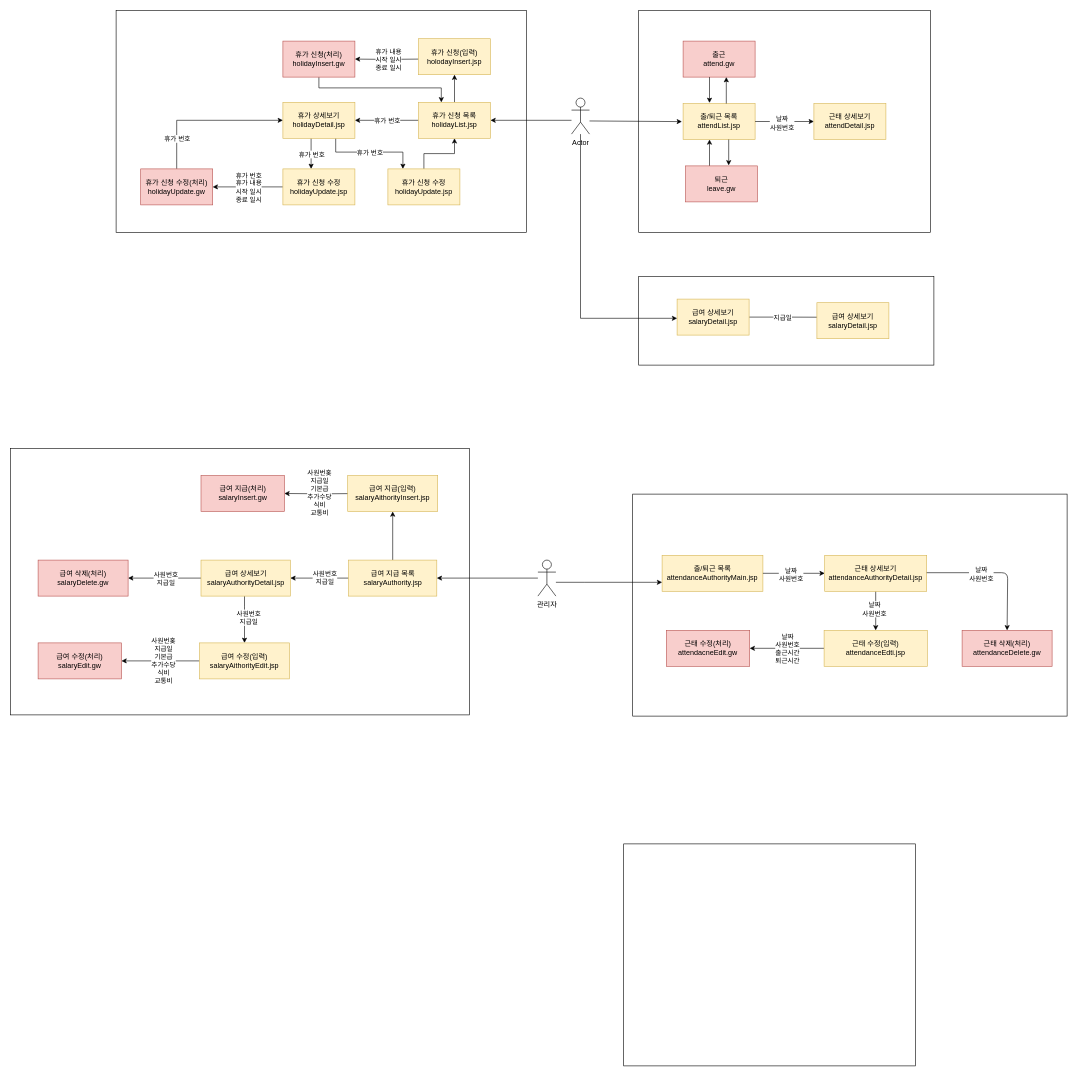
The draw.io diagram semi.drawio in 5hasis/KhAcademy, before the edit. Source tidied: cells renumbered, new cells numbered last; positions are measured from the earlier drawing's top-left corner, leaving out a move shared by most shapes. Both pictures are drawn from the tidied source at 60%, with x=0, y=0 at pixel (10, 10).
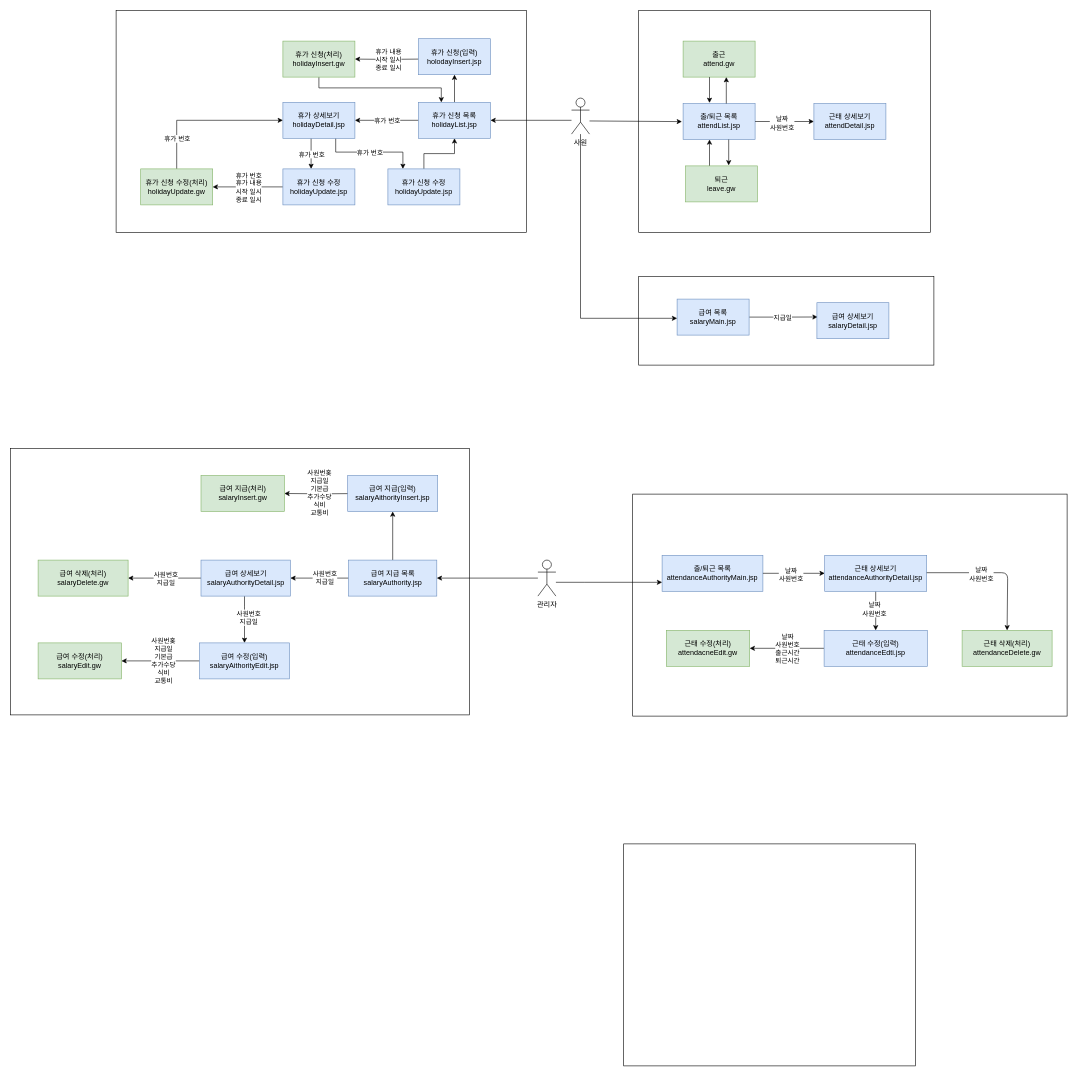
After the change.

Diff of the diagram source:
```diff
@@
-    <mxCell id="3" value="Actor" style="shape=umlActor;verticalLabelPosition=bottom;verticalAlign=top;html=1;outlineConnect=0;" parent="1" vertex="1">
+    <mxCell id="3" value="사원" style="shape=umlActor;verticalLabelPosition=bottom;verticalAlign=top;html=1;outlineConnect=0;" parent="1" vertex="1">
       <mxGeometry x="935" y="146" width="30" height="60" as="geometry" />
     </mxCell>
@@
-    <mxCell id="5" value="출/퇴근 목록&lt;br&gt;attendList.jsp" style="rounded=0;whiteSpace=wrap;html=1;fillColor=#fff2cc;strokeColor=#d6b656;" parent="1" vertex="1">
+    <mxCell id="5" value="출/퇴근 목록&lt;br&gt;attendList.jsp" style="rounded=0;whiteSpace=wrap;html=1;fillColor=#dae8fc;strokeColor=#6c8ebf;" parent="1" vertex="1">
       <mxGeometry x="1121" y="155" width="120" height="60" as="geometry" />
     </mxCell>
@@
-    <mxCell id="7" value="출근&lt;br&gt;attend.gw" style="rounded=0;whiteSpace=wrap;html=1;fillColor=#f8cecc;strokeColor=#b85450;" parent="1" vertex="1">
+    <mxCell id="7" value="출근&lt;br&gt;attend.gw" style="rounded=0;whiteSpace=wrap;html=1;fillColor=#d5e8d4;strokeColor=#82b366;" parent="1" vertex="1">
       <mxGeometry x="1121" y="51" width="120" height="60" as="geometry" />
     </mxCell>
@@
-    <mxCell id="12" value="퇴근&lt;br&gt;leave.gw" style="rounded=0;whiteSpace=wrap;html=1;fillColor=#f8cecc;strokeColor=#b85450;" parent="1" vertex="1">
+    <mxCell id="12" value="퇴근&lt;br&gt;leave.gw" style="rounded=0;whiteSpace=wrap;html=1;fillColor=#d5e8d4;strokeColor=#82b366;" parent="1" vertex="1">
       <mxGeometry x="1125" y="259" width="120" height="60" as="geometry" />
     </mxCell>
@@
-    <mxCell id="15" value="근태 상세보기&lt;br&gt;attendDetail.jsp" style="rounded=0;whiteSpace=wrap;html=1;fillColor=#fff2cc;strokeColor=#d6b656;" parent="1" vertex="1">
+    <mxCell id="15" value="근태 상세보기&lt;br&gt;attendDetail.jsp" style="rounded=0;whiteSpace=wrap;html=1;fillColor=#dae8fc;strokeColor=#6c8ebf;" parent="1" vertex="1">
       <mxGeometry x="1339" y="155" width="120" height="60" as="geometry" />
     </mxCell>
@@
-    <mxCell id="20" value="휴가 신청 목록&lt;br&gt;holidayList.jsp" style="rounded=0;whiteSpace=wrap;html=1;fillColor=#fff2cc;strokeColor=#d6b656;" parent="1" vertex="1">
+    <mxCell id="20" value="휴가 신청 목록&lt;br&gt;holidayList.jsp" style="rounded=0;whiteSpace=wrap;html=1;fillColor=#dae8fc;strokeColor=#6c8ebf;" parent="1" vertex="1">
       <mxGeometry x="680" y="153" width="120" height="60" as="geometry" />
     </mxCell>
@@
-    <mxCell id="24" value="휴가 신청(입력)&lt;br&gt;holodayInsert.jsp" style="rounded=0;whiteSpace=wrap;html=1;fillColor=#fff2cc;strokeColor=#d6b656;" parent="1" vertex="1">
+    <mxCell id="24" value="휴가 신청(입력)&lt;br&gt;holodayInsert.jsp" style="rounded=0;whiteSpace=wrap;html=1;fillColor=#dae8fc;strokeColor=#6c8ebf;" parent="1" vertex="1">
       <mxGeometry x="680" y="47" width="120" height="60" as="geometry" />
     </mxCell>
@@
-    <mxCell id="29" value="휴가 상세보기&lt;br&gt;holidayDetail.jsp" style="rounded=0;whiteSpace=wrap;html=1;fillColor=#fff2cc;strokeColor=#d6b656;" parent="1" vertex="1">
+    <mxCell id="29" value="휴가 상세보기&lt;br&gt;holidayDetail.jsp" style="rounded=0;whiteSpace=wrap;html=1;fillColor=#dae8fc;strokeColor=#6c8ebf;" parent="1" vertex="1">
       <mxGeometry x="454" y="153" width="120" height="60" as="geometry" />
     </mxCell>
@@
-    <mxCell id="32" value="휴가 신청 수정&lt;br&gt;holidayUpdate.jsp" style="rounded=0;whiteSpace=wrap;html=1;fillColor=#fff2cc;strokeColor=#d6b656;" parent="1" vertex="1">
+    <mxCell id="32" value="휴가 신청 수정&lt;br&gt;holidayUpdate.jsp" style="rounded=0;whiteSpace=wrap;html=1;fillColor=#dae8fc;strokeColor=#6c8ebf;" parent="1" vertex="1">
       <mxGeometry x="454" y="264" width="120" height="60" as="geometry" />
     </mxCell>
@@
-    <mxCell id="34" value="휴가 신청(처리)&lt;br&gt;holidayInsert.gw" style="rounded=0;whiteSpace=wrap;html=1;fillColor=#f8cecc;strokeColor=#b85450;" parent="1" vertex="1">
+    <mxCell id="34" value="휴가 신청(처리)&lt;br&gt;holidayInsert.gw" style="rounded=0;whiteSpace=wrap;html=1;fillColor=#d5e8d4;strokeColor=#82b366;" parent="1" vertex="1">
       <mxGeometry x="454" y="51" width="120" height="60" as="geometry" />
     </mxCell>
@@
-    <mxCell id="36" value="휴가 신청 수정&lt;br&gt;holidayUpdate.jsp" style="rounded=0;whiteSpace=wrap;html=1;fillColor=#fff2cc;strokeColor=#d6b656;" parent="1" vertex="1">
+    <mxCell id="36" value="휴가 신청 수정&lt;br&gt;holidayUpdate.jsp" style="rounded=0;whiteSpace=wrap;html=1;fillColor=#dae8fc;strokeColor=#6c8ebf;" parent="1" vertex="1">
       <mxGeometry x="629" y="264" width="120" height="60" as="geometry" />
     </mxCell>
@@
-    <mxCell id="39" value="휴가 신청 수정(처리)&lt;br&gt;holidayUpdate.gw" style="rounded=0;whiteSpace=wrap;html=1;fillColor=#f8cecc;strokeColor=#b85450;" parent="1" vertex="1">
+    <mxCell id="39" value="휴가 신청 수정(처리)&lt;br&gt;holidayUpdate.gw" style="rounded=0;whiteSpace=wrap;html=1;fillColor=#d5e8d4;strokeColor=#82b366;" parent="1" vertex="1">
       <mxGeometry x="217" y="264" width="120" height="60" as="geometry" />
     </mxCell>
@@
-    <mxCell id="41" style="edgeStyle=orthogonalEdgeStyle;rounded=0;jettySize=auto;html=1;exitX=1;exitY=0.5;exitDx=0;exitDy=0;entryX=0.314;entryY=0.405;entryDx=0;entryDy=0;entryPerimeter=0;" parent="1" edge="1" source="42" target="46">
+    <mxCell id="41" style="edgeStyle=orthogonalEdgeStyle;rounded=0;jettySize=auto;html=1;exitX=1;exitY=0.5;exitDx=0;exitDy=0;entryX=0.01;entryY=0.397;entryDx=0;entryDy=0;entryPerimeter=0;" parent="1" edge="1" source="42" target="46">
       <mxGeometry relative="1" as="geometry" />
     </mxCell>
-    <mxCell id="42" value="급여 상세보기&lt;br&gt;salaryDetail.jsp" style="rounded=0;whiteSpace=wrap;html=1;fillColor=#fff2cc;strokeColor=#d6b656;" parent="1" vertex="1">
+    <mxCell id="42" value="급여 목록&lt;br&gt;salaryMain.jsp" style="rounded=0;whiteSpace=wrap;html=1;fillColor=#dae8fc;strokeColor=#6c8ebf;" parent="1" vertex="1">
       <mxGeometry x="1111" y="481" width="120" height="60" as="geometry" />
     </mxCell>
@@
-    <mxCell id="46" value="급여 상세보기&lt;br&gt;salaryDetail.jsp" style="rounded=0;whiteSpace=wrap;html=1;fillColor=#fff2cc;strokeColor=#d6b656;" parent="1" vertex="1">
+    <mxCell id="46" value="급여 상세보기&lt;br&gt;salaryDetail.jsp" style="rounded=0;whiteSpace=wrap;html=1;fillColor=#dae8fc;strokeColor=#6c8ebf;" parent="1" vertex="1">
       <mxGeometry x="1344" y="487" width="120" height="60" as="geometry" />
     </mxCell>
@@
-    <mxCell id="49" value="출/퇴근 목록&lt;br&gt;attendanceAuthorityMain.jsp" style="rounded=0;whiteSpace=wrap;html=1;fillColor=#fff2cc;strokeColor=#d6b656;" parent="1" vertex="1">
+    <mxCell id="49" value="출/퇴근 목록&lt;br&gt;attendanceAuthorityMain.jsp" style="rounded=0;whiteSpace=wrap;html=1;fillColor=#dae8fc;strokeColor=#6c8ebf;" parent="1" vertex="1">
       <mxGeometry x="1086" y="908" width="168" height="60" as="geometry" />
     </mxCell>
@@
-    <mxCell id="53" value="근태 상세보기&lt;br&gt;attendanceAuthorityDetail.jsp" style="rounded=0;whiteSpace=wrap;html=1;fillColor=#fff2cc;strokeColor=#d6b656;" parent="1" vertex="1">
+    <mxCell id="53" value="근태 상세보기&lt;br&gt;attendanceAuthorityDetail.jsp" style="rounded=0;whiteSpace=wrap;html=1;fillColor=#dae8fc;strokeColor=#6c8ebf;" parent="1" vertex="1">
       <mxGeometry x="1357" y="908" width="170" height="60" as="geometry" />
     </mxCell>
@@
-    <mxCell id="56" value="근태 수정(입력)&lt;br&gt;attendanceEdti.jsp" style="rounded=0;whiteSpace=wrap;html=1;fillColor=#fff2cc;strokeColor=#d6b656;" parent="1" vertex="1">
+    <mxCell id="56" value="근태 수정(입력)&lt;br&gt;attendanceEdti.jsp" style="rounded=0;whiteSpace=wrap;html=1;fillColor=#dae8fc;strokeColor=#6c8ebf;" parent="1" vertex="1">
       <mxGeometry x="1356" y="1033" width="172" height="60" as="geometry" />
     </mxCell>
-    <mxCell id="57" value="근태 수정(처리)&lt;br&gt;attendacneEdit.gw" style="rounded=0;whiteSpace=wrap;html=1;fillColor=#f8cecc;strokeColor=#b85450;" parent="1" vertex="1">
+    <mxCell id="57" value="근태 수정(처리)&lt;br&gt;attendacneEdit.gw" style="rounded=0;whiteSpace=wrap;html=1;fillColor=#d5e8d4;strokeColor=#82b366;" parent="1" vertex="1">
       <mxGeometry x="1093" y="1033" width="139" height="60" as="geometry" />
     </mxCell>
-    <mxCell id="58" value="근태 삭제(처리)&lt;br&gt;attendanceDelete.gw" style="rounded=0;whiteSpace=wrap;html=1;fillColor=#f8cecc;strokeColor=#b85450;" parent="1" vertex="1">
+    <mxCell id="58" value="근태 삭제(처리)&lt;br&gt;attendanceDelete.gw" style="rounded=0;whiteSpace=wrap;html=1;fillColor=#d5e8d4;strokeColor=#82b366;" parent="1" vertex="1">
       <mxGeometry x="1586" y="1033" width="150" height="60" as="geometry" />
     </mxCell>
@@
-    <mxCell id="66" value="급여 지급 목록&lt;br&gt;salaryAuthority.jsp" style="rounded=0;whiteSpace=wrap;html=1;fillColor=#fff2cc;strokeColor=#d6b656;" parent="1" vertex="1">
+    <mxCell id="66" value="급여 지급 목록&lt;br&gt;salaryAuthority.jsp" style="rounded=0;whiteSpace=wrap;html=1;fillColor=#dae8fc;strokeColor=#6c8ebf;" parent="1" vertex="1">
       <mxGeometry x="563.5" y="916" width="147" height="60" as="geometry" />
     </mxCell>
@@
-    <mxCell id="69" value="급여 상세보기&lt;br&gt;salaryAuthorityDetail.jsp" style="rounded=0;whiteSpace=wrap;html=1;fillColor=#fff2cc;strokeColor=#d6b656;" parent="1" vertex="1">
+    <mxCell id="69" value="급여 상세보기&lt;br&gt;salaryAuthorityDetail.jsp" style="rounded=0;whiteSpace=wrap;html=1;fillColor=#dae8fc;strokeColor=#6c8ebf;" parent="1" vertex="1">
       <mxGeometry x="317.5" y="916" width="149" height="60" as="geometry" />
     </mxCell>
@@
-    <mxCell id="71" value="급여 수정(입력)&lt;br&gt;salaryAithorityEdit.jsp" style="rounded=0;whiteSpace=wrap;html=1;fillColor=#fff2cc;strokeColor=#d6b656;" parent="1" vertex="1">
+    <mxCell id="71" value="급여 수정(입력)&lt;br&gt;salaryAithorityEdit.jsp" style="rounded=0;whiteSpace=wrap;html=1;fillColor=#dae8fc;strokeColor=#6c8ebf;" parent="1" vertex="1">
       <mxGeometry x="315" y="1054" width="150" height="60" as="geometry" />
     </mxCell>
-    <mxCell id="72" value="급여 수정(처리)&lt;br&gt;salaryEdit.gw" style="rounded=0;whiteSpace=wrap;html=1;fillColor=#f8cecc;strokeColor=#b85450;" parent="1" vertex="1">
+    <mxCell id="72" value="급여 수정(처리)&lt;br&gt;salaryEdit.gw" style="rounded=0;whiteSpace=wrap;html=1;fillColor=#d5e8d4;strokeColor=#82b366;" parent="1" vertex="1">
       <mxGeometry x="46" y="1054" width="139" height="60" as="geometry" />
     </mxCell>
@@
-    <mxCell id="74" value="급여 삭제(처리)&lt;br&gt;salaryDelete.gw" style="rounded=0;whiteSpace=wrap;html=1;fillColor=#f8cecc;strokeColor=#b85450;" parent="1" vertex="1">
+    <mxCell id="74" value="급여 삭제(처리)&lt;br&gt;salaryDelete.gw" style="rounded=0;whiteSpace=wrap;html=1;fillColor=#d5e8d4;strokeColor=#82b366;" parent="1" vertex="1">
       <mxGeometry x="46" y="916" width="150" height="60" as="geometry" />
     </mxCell>
@@
-    <mxCell id="78" value="급여 지급(처리)&lt;br&gt;salaryInsert.gw" style="rounded=0;whiteSpace=wrap;html=1;fillColor=#f8cecc;strokeColor=#b85450;" parent="1" vertex="1">
+    <mxCell id="78" value="급여 지급(처리)&lt;br&gt;salaryInsert.gw" style="rounded=0;whiteSpace=wrap;html=1;fillColor=#d5e8d4;strokeColor=#82b366;" parent="1" vertex="1">
       <mxGeometry x="317.5" y="775" width="139" height="60" as="geometry" />
     </mxCell>
@@
-    <mxCell id="80" value="급여 지급(입력)&lt;br&gt;salaryAithorityInsert.jsp" style="rounded=0;whiteSpace=wrap;html=1;fillColor=#fff2cc;strokeColor=#d6b656;" parent="1" vertex="1">
+    <mxCell id="80" value="급여 지급(입력)&lt;br&gt;salaryAithorityInsert.jsp" style="rounded=0;whiteSpace=wrap;html=1;fillColor=#dae8fc;strokeColor=#6c8ebf;" parent="1" vertex="1">
       <mxGeometry x="562" y="775" width="150" height="60" as="geometry" />
     </mxCell>
```
